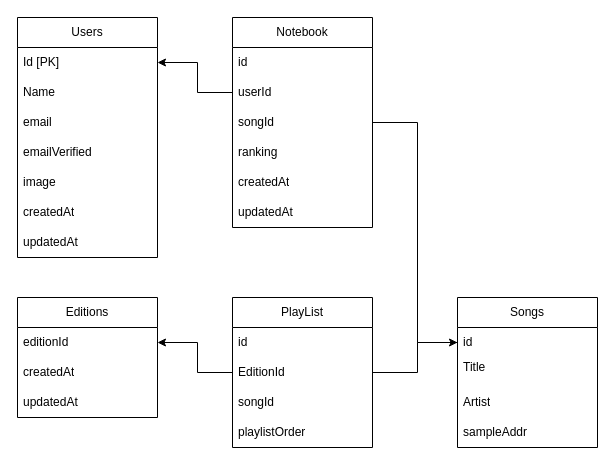
The draw.io diagram livemixnotebook.drawio in otorquati/livemixnotebook, before the edit. Source tidied: cells renumbered, new cells numbered last; positions are measured from the earlier drawing's top-left corner, leaving out a move shared by most shapes. Both pictures are drawn from the tidied source at 100%, with x=0, y=0 at pixel (17, 17).
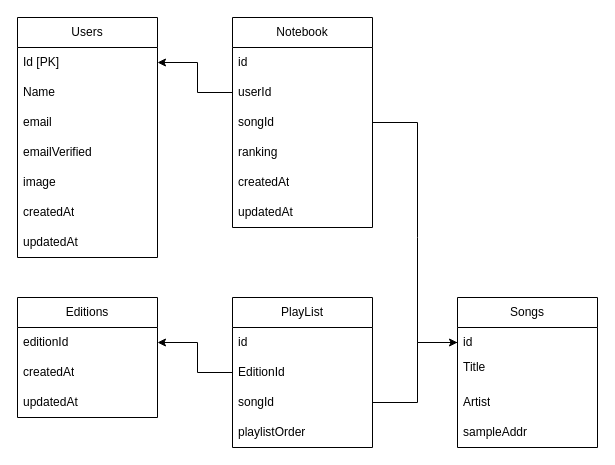
After the change.

The change refers to these unchanged cells:
```xml
<mxCell id="17" value="songId" style="text;strokeColor=none;fillColor=none;align=left;verticalAlign=middle;spacingLeft=4;spacingRight=4;overflow=hidden;points=[[0,0.5],[1,0.5]];portConstraint=eastwest;whiteSpace=wrap;html=1;" parent="14" vertex="1">
  <mxGeometry y="90" width="140" height="30" as="geometry" />
</mxCell>
<mxCell id="22" value="id" style="text;strokeColor=none;fillColor=none;align=left;verticalAlign=middle;spacingLeft=4;spacingRight=4;overflow=hidden;points=[[0,0.5],[1,0.5]];portConstraint=eastwest;whiteSpace=wrap;html=1;" parent="21" vertex="1">
  <mxGeometry y="30" width="140" height="30" as="geometry" />
</mxCell>
<mxCell id="28" value="EditionId" style="text;strokeColor=none;fillColor=none;align=left;verticalAlign=middle;spacingLeft=4;spacingRight=4;overflow=hidden;points=[[0,0.5],[1,0.5]];portConstraint=eastwest;whiteSpace=wrap;html=1;" parent="26" vertex="1">
  <mxGeometry y="60" width="140" height="30" as="geometry" />
</mxCell>
<mxCell id="29" value="songId" style="text;strokeColor=none;fillColor=none;align=left;verticalAlign=middle;spacingLeft=4;spacingRight=4;overflow=hidden;points=[[0,0.5],[1,0.5]];portConstraint=eastwest;whiteSpace=wrap;html=1;" parent="26" vertex="1">
  <mxGeometry y="90" width="140" height="30" as="geometry" />
</mxCell>
```

What changed in the source:
```diff
@@
     <mxCell id="33" style="endArrow=classic;html=1;rounded=0;entryX=0;entryY=0.5;entryDx=0;entryDy=0;exitX=1;exitY=0.5;exitDx=0;exitDy=0;" parent="1" edge="1" source="17" target="22">
       <mxGeometry relative="1" as="geometry">
         <Array as="points">
           <mxPoint x="400" y="105" />
+          <mxPoint x="400" y="220" />
           <mxPoint x="400" y="325" />
         </Array>
       </mxGeometry>
     </mxCell>
-    <mxCell id="34" style="endArrow=none;html=1;rounded=0;entryX=0;entryY=0.5;entryDx=0;entryDy=0;exitX=1;exitY=0.5;exitDx=0;exitDy=0;" parent="1" edge="1" source="28" target="22">
-      <mxGeometry relative="1" as="geometry">
-        <Array as="points">
-          <mxPoint x="400" y="355" />
-          <mxPoint x="400" y="325" />
-        </Array>
-      </mxGeometry>
-    </mxCell>
+    <mxCell id="35" style="endArrow=none;html=1;rounded=0;exitX=1;exitY=0.5;exitDx=0;exitDy=0;entryX=0;entryY=0.5;entryDx=0;entryDy=0;" parent="1" edge="1" source="29" target="22">
+      <mxGeometry relative="1" as="geometry">
+        <Array as="points">
+          <mxPoint x="400" y="385" />
+          <mxPoint x="400" y="325" />
+        </Array>
+      </mxGeometry>
+    </mxCell>
```
